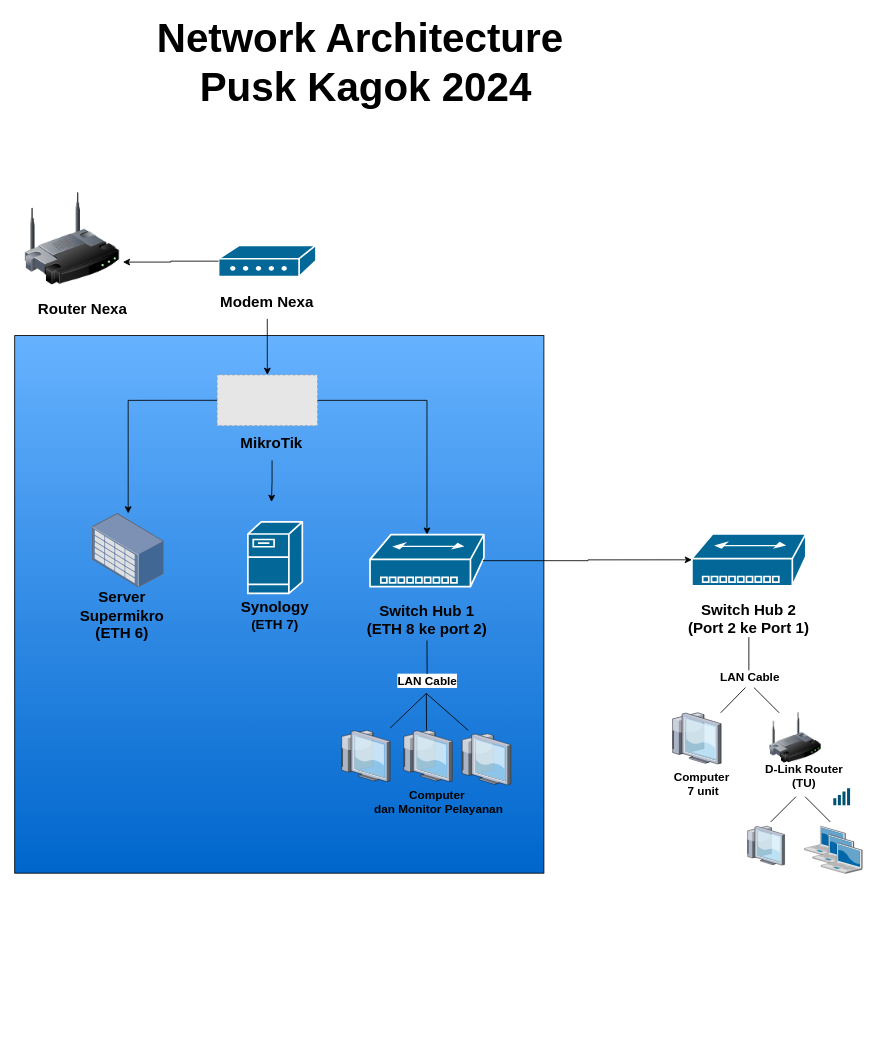
This is Untitled Diagram.drawio from dindahusnaa/DindaHusnaa, a draw.io file, before an edit. Source tidied: cells renumbered, new cells numbered last; positions are measured from the earlier drawing's top-left corner, leaving out a move shared by most shapes. Both pictures are drawn from the tidied source at 84%, with x=0, y=0 at pixel (14, 41). Pictures stored in the file or linked from it are replaced by grey dashed boxes.
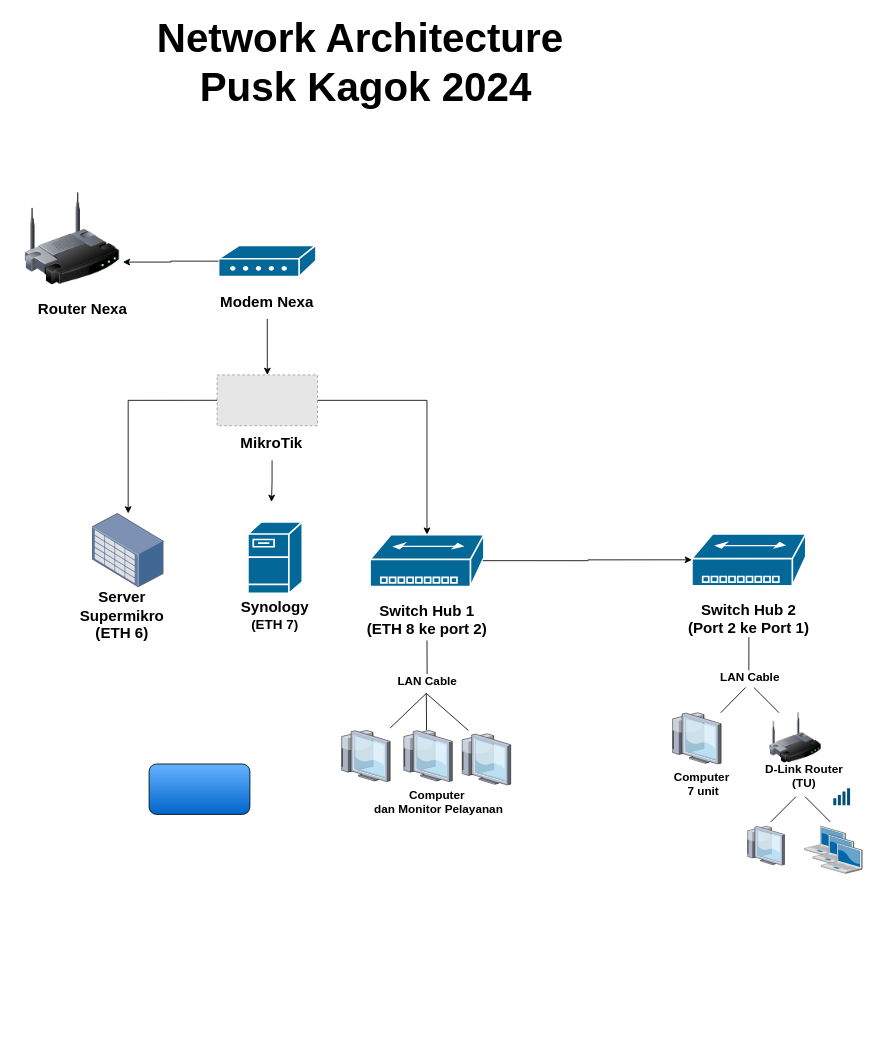
Above is the later version.

What changed in the source:
```diff
@@
-    <mxCell id="2" style="rounded=0;whiteSpace=wrap;html=1;align=center;verticalAlign=top;fontFamily=Helvetica;fontSize=14;fontColor=default;fillColor=#66B2FF;gradientColor=#0066CC;" parent="1" vertex="1">
-      <mxGeometry y="350" width="630" height="640" as="geometry" />
-    </mxCell>
@@
     <mxCell id="4" style="group;" parent="1" vertex="1">
-      <mxGeometry x="8.3" y="180" width="952.7" height="530" as="geometry" />
+      <mxGeometry x="8.3" y="180" width="952.7" height="1010" as="geometry" />
     </mxCell>
@@
     <mxCell id="16" style="group;" parent="4" vertex="1">
-      <mxGeometry x="38.8" y="381.7" width="162.4" height="137.3" as="geometry" />
+      <mxGeometry x="38.8" y="381.7" width="162.4" height="628.3" as="geometry" />
     </mxCell>
@@
+    <mxCell id="53" style="rounded=1;whiteSpace=wrap;html=1;align=center;verticalAlign=top;fontFamily=Helvetica;fontSize=14;fontColor=default;fillColor=#66B2FF;gradientColor=#0066CC;" parent="4" vertex="1">
+      <mxGeometry x="151.7" y="680" width="120" height="60" as="geometry" />
+    </mxCell>
```
